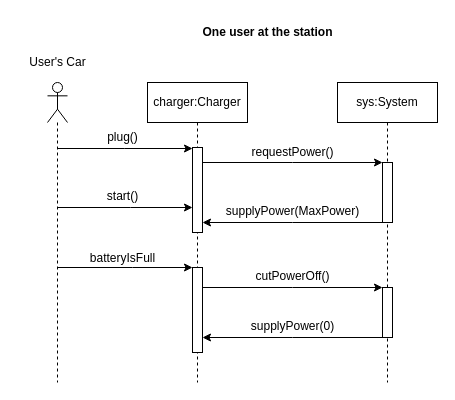
Earlier version of the draw.io diagram page "One user" (2 of 9) of Documents/Design/UseCases_SequenceDiagrams.drawio (SeanDBrrr/PowerLoadBalancer). Source tidied: cells renumbered, new cells numbered last; positions are measured from the earlier drawing's top-left corner, leaving out a move shared by most shapes. Both pictures are drawn from the tidied source at 100%, with x=0, y=0 at pixel (17, 17).
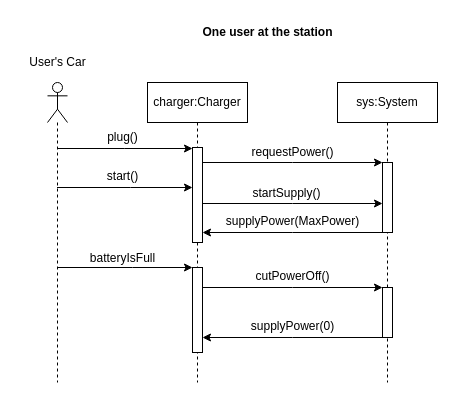
The same page after the edit.

Unchanged cells that the change refers to:
```xml
<mxCell id="2" value="charger:Charger" style="shape=umlLifeline;perimeter=lifelinePerimeter;whiteSpace=wrap;html=1;newEdgeStyle={&quot;edgeStyle&quot;:&quot;elbowEdgeStyle&quot;,&quot;elbow&quot;:&quot;vertical&quot;,&quot;curved&quot;:0,&quot;rounded&quot;:0};" parent="1" vertex="1">
  <mxGeometry x="130" y="65" width="100" height="300" as="geometry" />
</mxCell>
<mxCell id="5" value="sys:System" style="shape=umlLifeline;perimeter=lifelinePerimeter;whiteSpace=wrap;html=1;newEdgeStyle={&quot;edgeStyle&quot;:&quot;elbowEdgeStyle&quot;,&quot;elbow&quot;:&quot;vertical&quot;,&quot;curved&quot;:0,&quot;rounded&quot;:0};" parent="1" vertex="1">
  <mxGeometry x="320" y="65" width="100" height="300" as="geometry" />
</mxCell>
<mxCell id="11" style="shape=umlLifeline;perimeter=lifelinePerimeter;whiteSpace=wrap;html=1;outlineConnect=0;portConstraint=eastwest;newEdgeStyle={&quot;edgeStyle&quot;:&quot;elbowEdgeStyle&quot;,&quot;elbow&quot;:&quot;vertical&quot;,&quot;curved&quot;:0,&quot;rounded&quot;:0};participant=umlActor;" parent="1" vertex="1">
  <mxGeometry x="30" y="65" width="20" height="300" as="geometry" />
</mxCell>
```

What changed in the source:
```diff
@@
     <mxCell id="3" style="html=1;points=[];perimeter=orthogonalPerimeter;outlineConnect=0;targetShapes=umlLifeline;portConstraint=eastwest;newEdgeStyle={&quot;edgeStyle&quot;:&quot;elbowEdgeStyle&quot;,&quot;elbow&quot;:&quot;vertical&quot;,&quot;curved&quot;:0,&quot;rounded&quot;:0};" parent="2" vertex="1">
-      <mxGeometry x="45" y="65" width="10" height="85" as="geometry" />
+      <mxGeometry x="45" y="65" width="10" height="95" as="geometry" />
     </mxCell>
@@
     <mxCell id="6" style="html=1;perimeter=orthogonalPerimeter;targetShapes=umlLifeline;newEdgeStyle={&quot;edgeStyle&quot;:&quot;elbowEdgeStyle&quot;,&quot;elbow&quot;:&quot;vertical&quot;,&quot;curved&quot;:0,&quot;rounded&quot;:0};" parent="5" vertex="1">
-      <mxGeometry x="45" y="80" width="10" height="60" as="geometry" />
+      <mxGeometry x="45" y="80" width="10" height="70" as="geometry" />
     </mxCell>
@@
-    <mxCell id="10" style="edgeStyle=elbowEdgeStyle;rounded=0;jettySize=auto;html=1;elbow=vertical;curved=0;" parent="1" edge="1" source="11" target="3">
+    <mxCell id="10" style="edgeStyle=elbowEdgeStyle;rounded=0;orthogonalLoop=1;jettySize=auto;html=1;elbow=vertical;curved=0;" parent="1" edge="1">
       <mxGeometry relative="1" as="geometry">
+        <mxPoint x="39.5" y="170" as="sourcePoint" />
+        <mxPoint x="175" y="170" as="targetPoint" />
         <Array as="points">
-          <mxPoint x="113" y="190" />
+          <mxPoint x="113" y="170" />
         </Array>
       </mxGeometry>
     </mxCell>
@@
     <mxCell id="16" style="edgeStyle=elbowEdgeStyle;rounded=0;orthogonalLoop=1;jettySize=auto;html=1;elbow=vertical;curved=0;" parent="1" edge="1">
       <mxGeometry relative="1" as="geometry">
-        <mxPoint x="365" y="205" as="sourcePoint" />
-        <mxPoint x="185" y="205" as="targetPoint" />
+        <mxPoint x="365" y="215" as="sourcePoint" />
+        <mxPoint x="185" y="215" as="targetPoint" />
       </mxGeometry>
     </mxCell>
     <mxCell id="17" value="supplyPower(MaxPower)" style="text;html=1;align=center;verticalAlign=middle;strokeColor=none;fillColor=none;" parent="1" vertex="1">
-      <mxGeometry x="195" y="179" width="160" height="30" as="geometry" />
+      <mxGeometry x="195" y="189" width="160" height="30" as="geometry" />
     </mxCell>
@@
     <mxCell id="23" value="start()" style="text;html=1;align=center;verticalAlign=middle;strokeColor=none;fillColor=none;" parent="1" vertex="1">
-      <mxGeometry x="80" y="164" width="50" height="30" as="geometry" />
+      <mxGeometry x="80" y="144" width="50" height="30" as="geometry" />
     </mxCell>
@@
+    <mxCell id="25" value="startSupply()" style="text;html=1;align=center;verticalAlign=middle;strokeColor=none;fillColor=none;" parent="1" vertex="1">
+      <mxGeometry x="224" y="161" width="90" height="30" as="geometry" />
+    </mxCell>
+    <mxCell id="26" style="edgeStyle=elbowEdgeStyle;rounded=0;orthogonalLoop=1;jettySize=auto;html=1;elbow=vertical;curved=0;" parent="1" edge="1">
+      <mxGeometry relative="1" as="geometry">
+        <mxPoint x="185" y="186" as="sourcePoint" />
+        <mxPoint x="365" y="186" as="targetPoint" />
+      </mxGeometry>
+    </mxCell>
```
